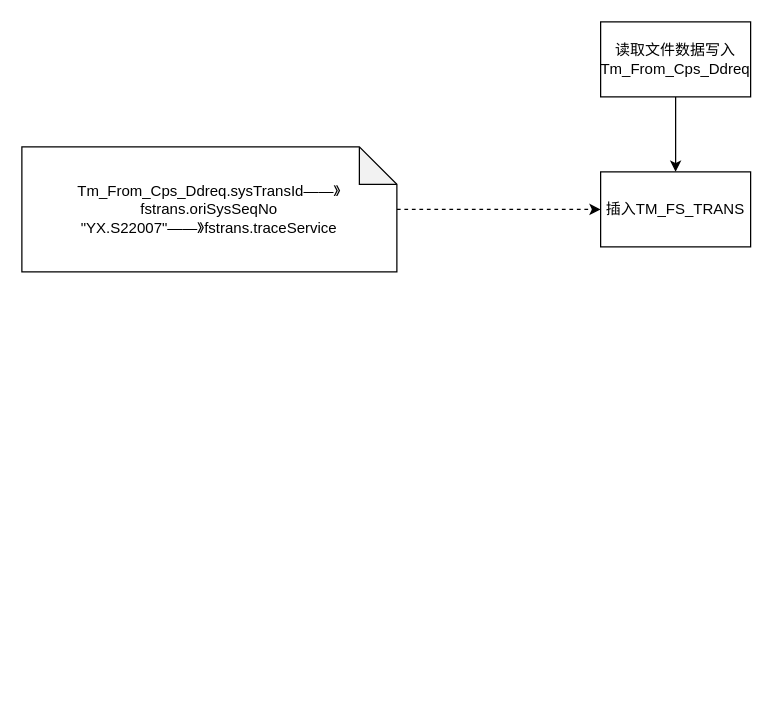
This is 来账部分自扣流程.drawio from staconfree/design, a draw.io file, before an edit. Source tidied: cells renumbered, new cells numbered last; positions are measured from the earlier drawing's top-left corner, leaving out a move shared by most shapes. Both pictures are drawn from the tidied source at 125%, with x=0, y=0 at pixel (21, 21).
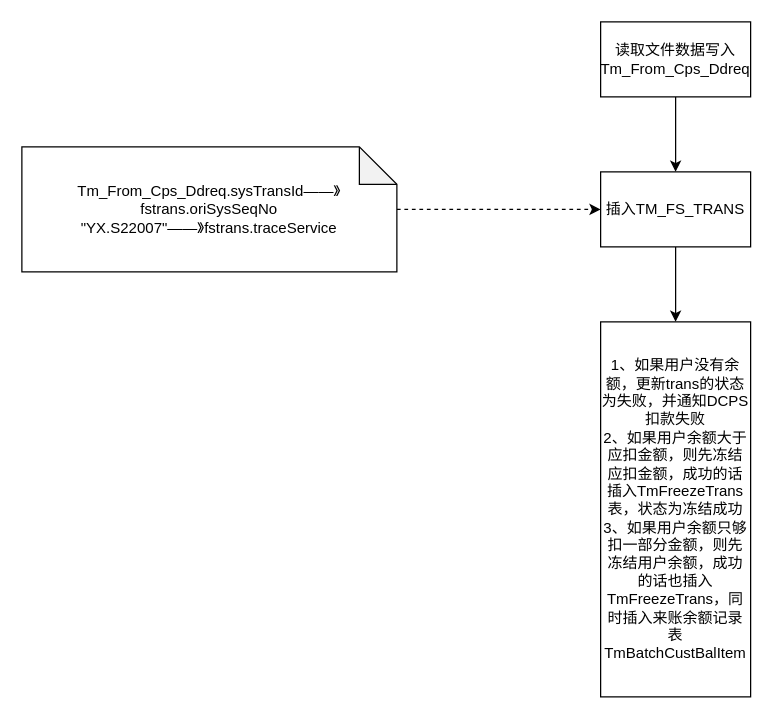
After the change.

Commit message (it also covers changes not shown here):
更新来账部分自扣流程.drawio

Diff of the diagram source:
```diff
@@
 <mxGraphModel>
   <root>
     <mxCell id="0" />
     <mxCell id="1" parent="0" />
     <mxCell id="2" style="edgeStyle=orthogonalEdgeStyle;rounded=0;jettySize=auto;html=1;" parent="1" edge="1" source="3" target="4">
       <mxGeometry relative="1" as="geometry" />
     </mxCell>
     <mxCell id="3" value="读取文件数据写入Tm_From_Cps_Ddreq" style="rounded=0;whiteSpace=wrap;html=1;" parent="1" vertex="1">
       <mxGeometry x="463" width="120" height="60" as="geometry" />
     </mxCell>
+    <mxCell id="7" style="edgeStyle=orthogonalEdgeStyle;rounded=0;jettySize=auto;html=1;" parent="1" edge="1" source="4" target="8">
+      <mxGeometry relative="1" as="geometry" />
+    </mxCell>
     <mxCell id="4" value="&lt;div&gt;插入TM_FS_TRANS&lt;/div&gt;" style="rounded=0;whiteSpace=wrap;html=1;" parent="1" vertex="1">
       <mxGeometry x="463" y="120" width="120" height="60" as="geometry" />
     </mxCell>
     <mxCell id="5" style="edgeStyle=orthogonalEdgeStyle;rounded=0;jettySize=auto;html=1;dashed=1;entryX=0;entryY=0.5;entryDx=0;entryDy=0;" parent="1" edge="1" source="6" target="4">
       <mxGeometry relative="1" as="geometry" />
     </mxCell>
     <mxCell id="6" value="Tm_From_Cps_Ddreq.sysTransId——》fstrans.oriSysSeqNo&lt;br&gt;&quot;YX.S22007&quot;——》fstrans.traceService" style="shape=note;whiteSpace=wrap;html=1;backgroundOutline=1;darkOpacity=0.05;" parent="1" vertex="1">
       <mxGeometry y="100" width="300" height="100" as="geometry" />
     </mxCell>
+    <mxCell id="8" value="&lt;div&gt;1、如果用户没有余额，更新trans的状态为失败，并通知DCPS扣款失败&lt;/div&gt;&lt;div&gt;2、如果用户余额大于应扣金额，则先冻结应扣金额，成功的话插入TmFreezeTrans表，状态为冻结成功&lt;/div&gt;&lt;div&gt;3、如果用户余额只够扣一部分金额，则先冻结用户余额，成功的话也插入TmFreezeTrans，同时插入来账余额记录表TmBatchCustBalItem&lt;/div&gt;" style="rounded=0;whiteSpace=wrap;html=1;" parent="1" vertex="1">
+      <mxGeometry x="463" y="240" width="120" height="300" as="geometry" />
+    </mxCell>
   </root>
 </mxGraphModel>
```
